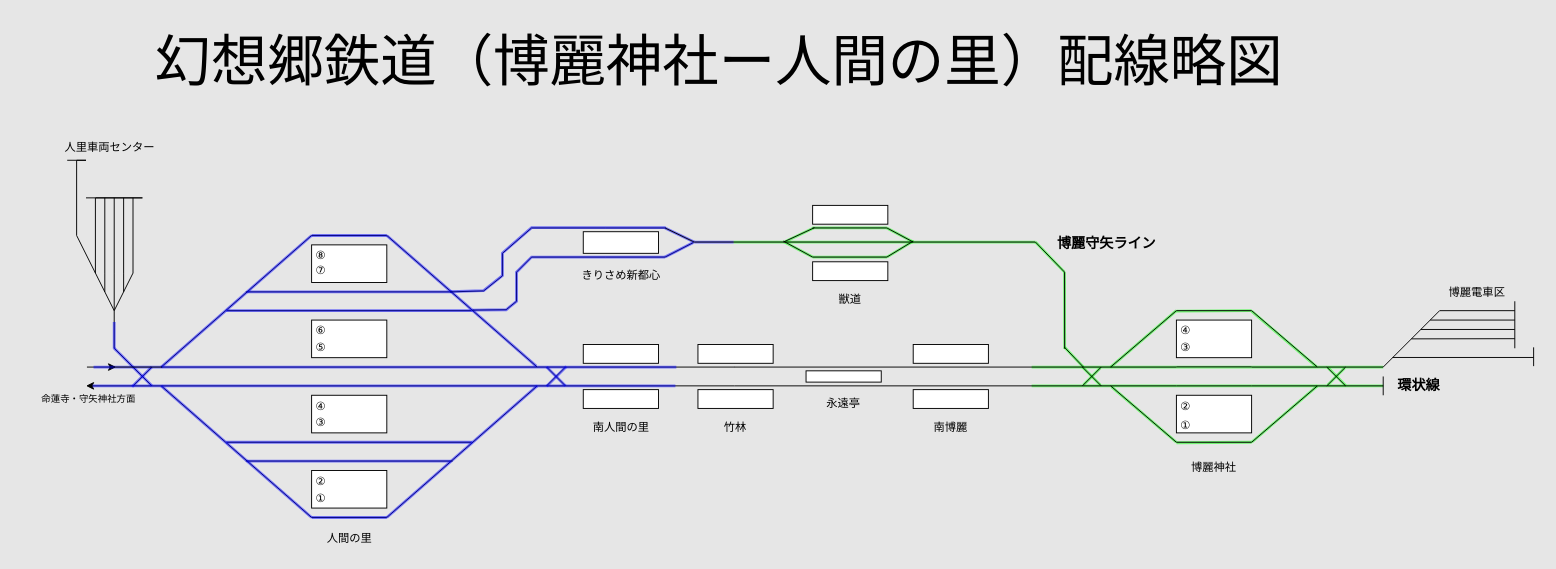
The draw.io diagram resources/route_design_Hakurei-ningen.drawio in noname390/BVE-Gensokyo-Railway, before the edit. Source tidied: cells renumbered, new cells numbered last; positions are measured from the earlier drawing's top-left corner, leaving out a move shared by most shapes. Both pictures are drawn from the tidied source at 94%, with x=0, y=0 at pixel (16, 16).
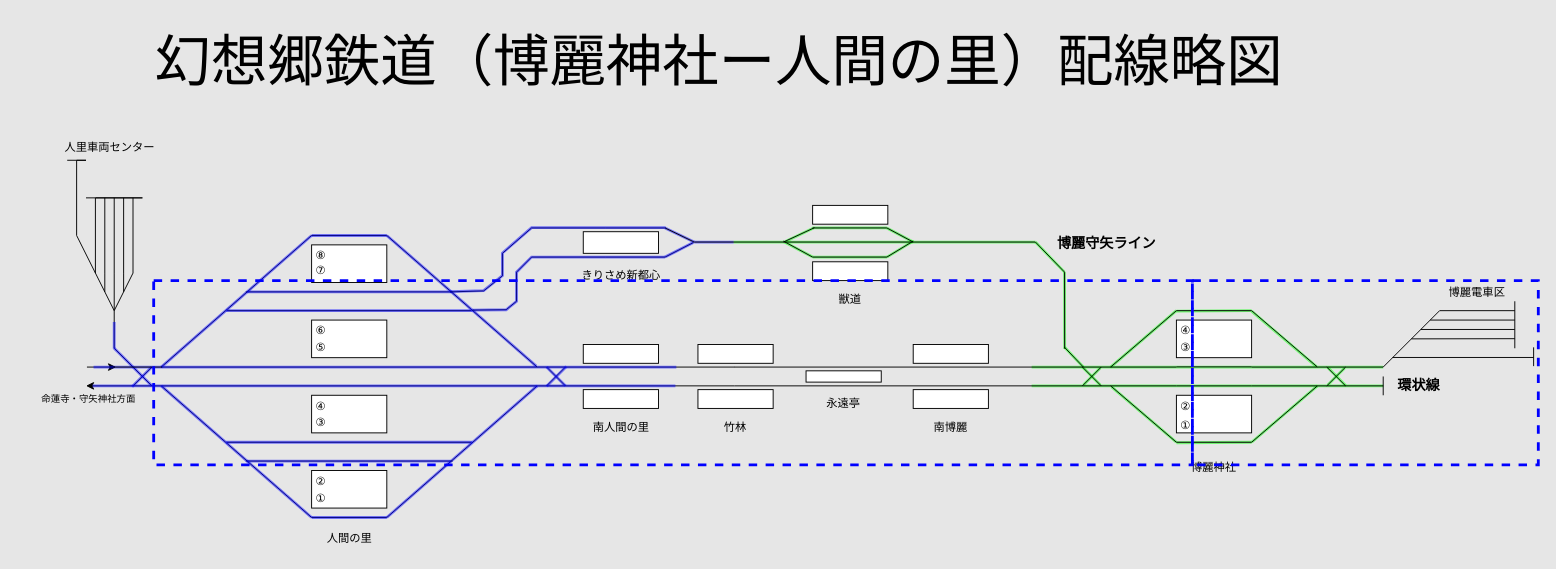
The same diagram, later.

Change to the diagram source:
```diff
@@
+    <mxCell id="172" style="rounded=0;whiteSpace=wrap;html=1;fillColor=none;dashed=1;strokeWidth=3;strokeColor=#0000FF;" parent="1" vertex="1">
+      <mxGeometry x="1251" y="281" width="368" height="196" as="geometry" />
+    </mxCell>
+    <mxCell id="173" style="rounded=0;whiteSpace=wrap;html=1;fillColor=none;dashed=1;strokeWidth=3;strokeColor=#0000FF;" parent="1" vertex="1">
+      <mxGeometry x="146" y="281" width="1105" height="196" as="geometry" />
+    </mxCell>
```
